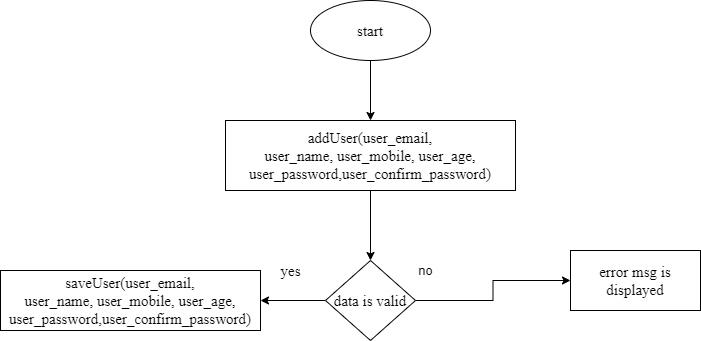
SaadHamdy1999/TravelAdvisor keeps this draw.io diagram as Definition/Design/low level design/flowchart/add user.drawio.png. Above is the earlier version. Source tidied: cells renumbered, new cells last; positions are measured from the earlier drawing's top-left corner, leaving out a move shared by most shapes. Source of this version:
```xml
<mxGraphModel>
  <root>
    <mxCell id="0" />
    <mxCell id="1" parent="0" />
    <mxCell id="2" style="edgeStyle=orthogonalEdgeStyle;rounded=0;jettySize=auto;html=1;" parent="1" edge="1" source="3" target="5">
      <mxGeometry relative="1" as="geometry" />
    </mxCell>
    <mxCell id="3" value="&lt;font face=&quot;Times New Roman&quot; style=&quot;font-size: 15px;&quot;&gt;start&lt;/font&gt;" style="ellipse;whiteSpace=wrap;html=1;" parent="1" vertex="1">
      <mxGeometry x="310" width="120" height="60" as="geometry" />
    </mxCell>
    <mxCell id="4" style="edgeStyle=orthogonalEdgeStyle;rounded=0;jettySize=auto;html=1;entryX=0.5;entryY=0;entryDx=0;entryDy=0;fontFamily=Times New Roman;fontSize=15;" parent="1" edge="1" source="5" target="8">
      <mxGeometry relative="1" as="geometry" />
    </mxCell>
    <mxCell id="5" value="&lt;font face=&quot;Times New Roman&quot; style=&quot;font-size: 15px;&quot;&gt;&lt;font style=&quot;font-size: 15px;&quot;&gt;addUser(user_e&lt;/font&gt;&lt;span style=&quot;position: relative; top: 0.5pt;&quot;&gt;mail,&lt;br&gt;user_name, user_mobile, user_age, user_password,user_confirm_password)&lt;/span&gt;&lt;/font&gt;" style="whiteSpace=wrap;html=1;" parent="1" vertex="1">
      <mxGeometry x="225" y="120" width="290" height="70" as="geometry" />
    </mxCell>
    <mxCell id="6" style="edgeStyle=orthogonalEdgeStyle;rounded=0;jettySize=auto;html=1;fontSize=13;" parent="1" edge="1" source="8" target="9">
      <mxGeometry relative="1" as="geometry" />
    </mxCell>
    <mxCell id="7" style="edgeStyle=orthogonalEdgeStyle;rounded=0;jettySize=auto;html=1;fontFamily=Times New Roman;fontSize=15;" parent="1" edge="1" source="8" target="11">
      <mxGeometry relative="1" as="geometry" />
    </mxCell>
    <mxCell id="8" value="&lt;font face=&quot;Times New Roman&quot; style=&quot;font-size: 15px;&quot;&gt;data is valid&lt;/font&gt;" style="rhombus;whiteSpace=wrap;html=1;" parent="1" vertex="1">
      <mxGeometry x="325" y="260" width="90" height="80" as="geometry" />
    </mxCell>
    <mxCell id="9" value="&lt;font face=&quot;Times New Roman&quot; style=&quot;font-size: 15px;&quot;&gt;error msg is displayed&lt;/font&gt;" style="whiteSpace=wrap;html=1;" parent="1" vertex="1">
      <mxGeometry x="570" y="250" width="130" height="60" as="geometry" />
    </mxCell>
    <mxCell id="10" value="no" style="text;html=1;align=center;verticalAlign=middle;strokeColor=none;fillColor=none;fontSize=13;" parent="1" vertex="1">
      <mxGeometry x="410" y="260" width="30" height="20" as="geometry" />
    </mxCell>
    <mxCell id="11" value="&lt;font face=&quot;Times New Roman&quot;&gt;&lt;font style=&quot;font-size: 15px;&quot;&gt;saveUser(user_e&lt;/font&gt;&lt;span style=&quot;font-size: 15px; position: relative; top: 0.5pt;&quot;&gt;mail,&lt;br&gt;user_name, user_mobile, user_age, user_password,user_confirm_password)&lt;/span&gt;&lt;/font&gt;" style="whiteSpace=wrap;html=1;" parent="1" vertex="1">
      <mxGeometry y="270" width="260" height="60" as="geometry" />
    </mxCell>
    <mxCell id="12" value="yes" style="text;html=1;align=center;verticalAlign=middle;strokeColor=none;fillColor=none;fontSize=15;fontFamily=Times New Roman;" parent="1" vertex="1">
      <mxGeometry x="270" y="260" width="40" height="20" as="geometry" />
    </mxCell>
  </root>
</mxGraphModel>
```
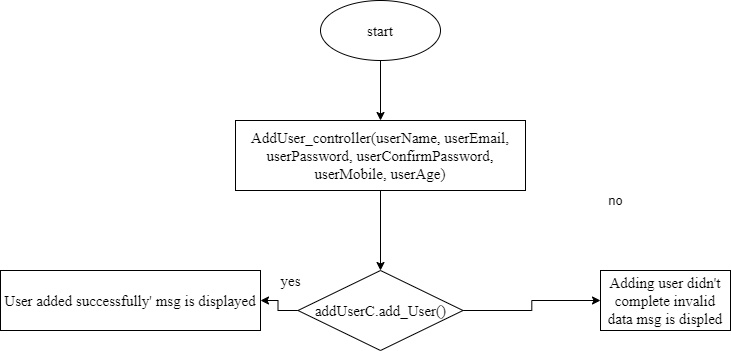
Later version of the same file.

What changed in the source:
```diff
@@ -11,7 +11,7 @@
     <mxCell id="4" style="edgeStyle=orthogonalEdgeStyle;rounded=0;jettySize=auto;html=1;entryX=0.5;entryY=0;entryDx=0;entryDy=0;fontFamily=Times New Roman;fontSize=15;" parent="1" edge="1" source="5" target="8">
       <mxGeometry relative="1" as="geometry" />
     </mxCell>
-    <mxCell id="5" value="&lt;font face=&quot;Times New Roman&quot; style=&quot;font-size: 15px;&quot;&gt;&lt;font style=&quot;font-size: 15px;&quot;&gt;addUser(user_e&lt;/font&gt;&lt;span style=&quot;position: relative; top: 0.5pt;&quot;&gt;mail,&lt;br&gt;user_name, user_mobile, user_age, user_password,user_confirm_password)&lt;/span&gt;&lt;/font&gt;" style="whiteSpace=wrap;html=1;" parent="1" vertex="1">
+    <mxCell id="5" value="&lt;font face=&quot;Times New Roman&quot;&gt;&lt;span style=&quot;font-size: 15px;&quot;&gt;AddUser_controller(userName, userEmail, userPassword, userConfirmPassword, userMobile, userAge)&lt;/span&gt;&lt;/font&gt;" style="whiteSpace=wrap;html=1;" parent="1" vertex="1">
       <mxGeometry x="225" y="120" width="290" height="70" as="geometry" />
     </mxCell>
     <mxCell id="6" style="edgeStyle=orthogonalEdgeStyle;rounded=0;jettySize=auto;html=1;fontSize=13;" parent="1" edge="1" source="8" target="9">
@@ -20,20 +20,20 @@
     <mxCell id="7" style="edgeStyle=orthogonalEdgeStyle;rounded=0;jettySize=auto;html=1;fontFamily=Times New Roman;fontSize=15;" parent="1" edge="1" source="8" target="11">
       <mxGeometry relative="1" as="geometry" />
     </mxCell>
-    <mxCell id="8" value="&lt;font face=&quot;Times New Roman&quot; style=&quot;font-size: 15px;&quot;&gt;data is valid&lt;/font&gt;" style="rhombus;whiteSpace=wrap;html=1;" parent="1" vertex="1">
-      <mxGeometry x="325" y="260" width="90" height="80" as="geometry" />
+    <mxCell id="8" value="&lt;font face=&quot;Times New Roman&quot;&gt;&lt;span style=&quot;font-size: 15px;&quot;&gt;addUserC.add_User()&lt;/span&gt;&lt;/font&gt;" style="rhombus;whiteSpace=wrap;html=1;" parent="1" vertex="1">
+      <mxGeometry x="287.5" y="270" width="165" height="80" as="geometry" />
     </mxCell>
-    <mxCell id="9" value="&lt;font face=&quot;Times New Roman&quot; style=&quot;font-size: 15px;&quot;&gt;error msg is displayed&lt;/font&gt;" style="whiteSpace=wrap;html=1;" parent="1" vertex="1">
-      <mxGeometry x="570" y="250" width="130" height="60" as="geometry" />
+    <mxCell id="9" value="&lt;font face=&quot;Times New Roman&quot;&gt;&lt;span style=&quot;font-size: 15px;&quot;&gt;Adding user didn't complete invalid data msg is displed&lt;/span&gt;&lt;/font&gt;" style="whiteSpace=wrap;html=1;" parent="1" vertex="1">
+      <mxGeometry x="590" y="270" width="130" height="60" as="geometry" />
     </mxCell>
     <mxCell id="10" value="no" style="text;html=1;align=center;verticalAlign=middle;strokeColor=none;fillColor=none;fontSize=13;" parent="1" vertex="1">
-      <mxGeometry x="410" y="260" width="30" height="20" as="geometry" />
+      <mxGeometry x="590" y="190" width="30" height="20" as="geometry" />
     </mxCell>
-    <mxCell id="11" value="&lt;font face=&quot;Times New Roman&quot;&gt;&lt;font style=&quot;font-size: 15px;&quot;&gt;saveUser(user_e&lt;/font&gt;&lt;span style=&quot;font-size: 15px; position: relative; top: 0.5pt;&quot;&gt;mail,&lt;br&gt;user_name, user_mobile, user_age, user_password,user_confirm_password)&lt;/span&gt;&lt;/font&gt;" style="whiteSpace=wrap;html=1;" parent="1" vertex="1">
-      <mxGeometry y="270" width="260" height="60" as="geometry" />
+    <mxCell id="11" value="&lt;font face=&quot;Times New Roman&quot;&gt;&lt;span style=&quot;font-size: 15px;&quot;&gt;User added successfully' msg is displayed&lt;/span&gt;&lt;/font&gt;" style="whiteSpace=wrap;html=1;" parent="1" vertex="1">
+      <mxGeometry x="-10" y="270" width="260" height="60" as="geometry" />
     </mxCell>
     <mxCell id="12" value="yes" style="text;html=1;align=center;verticalAlign=middle;strokeColor=none;fillColor=none;fontSize=15;fontFamily=Times New Roman;" parent="1" vertex="1">
-      <mxGeometry x="270" y="260" width="40" height="20" as="geometry" />
+      <mxGeometry x="260" y="270" width="40" height="20" as="geometry" />
     </mxCell>
   </root>
 </mxGraphModel>
```
